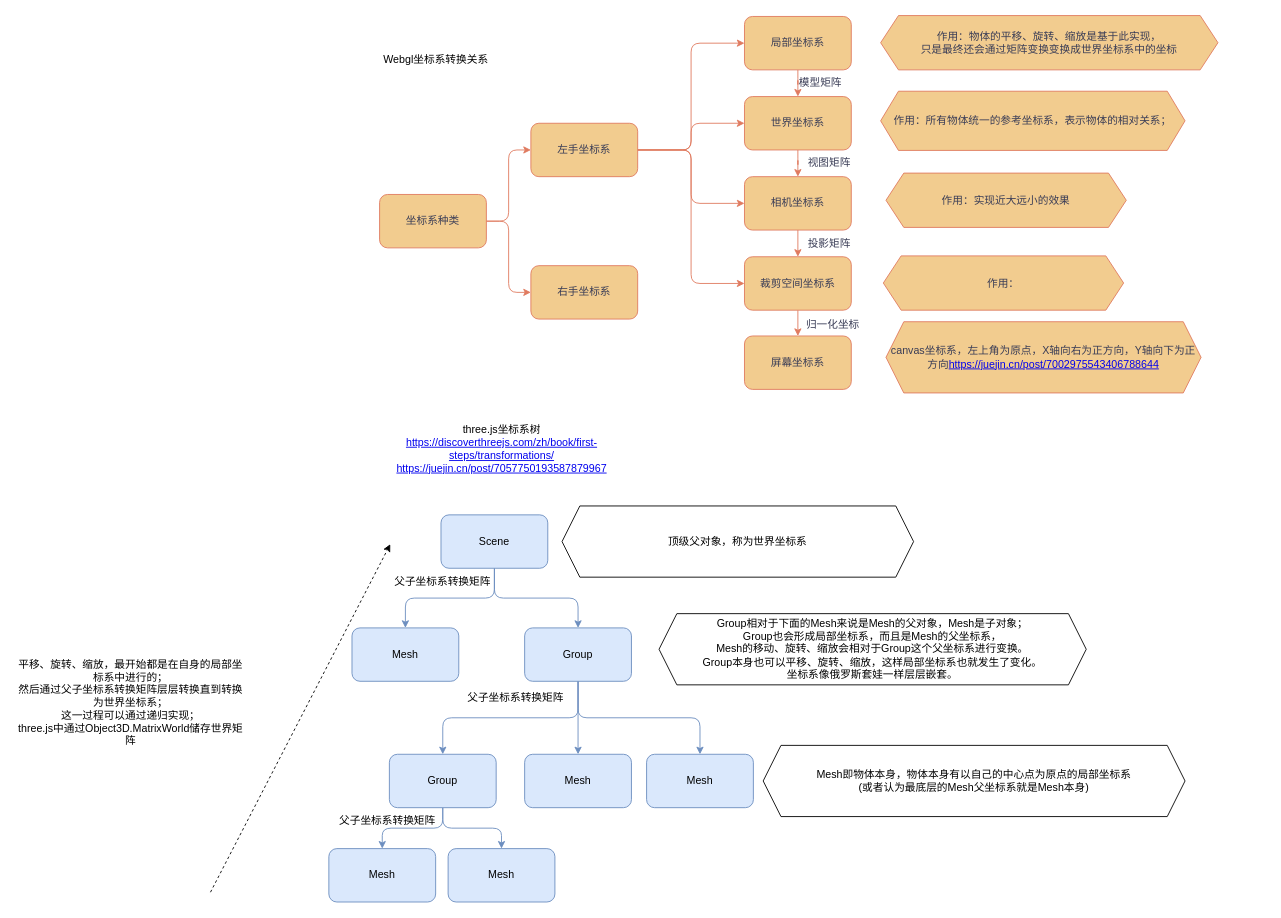
Before: webgl three.js坐标系总结.drawio in linghuchong-asen/draw.io, a draw.io diagram. Source tidied: cells renumbered, new cells numbered last; positions are measured from the earlier drawing's top-left corner, leaving out a move shared by most shapes. Both pictures are drawn from the tidied source at 89%, with x=0, y=0 at pixel (15, 15).
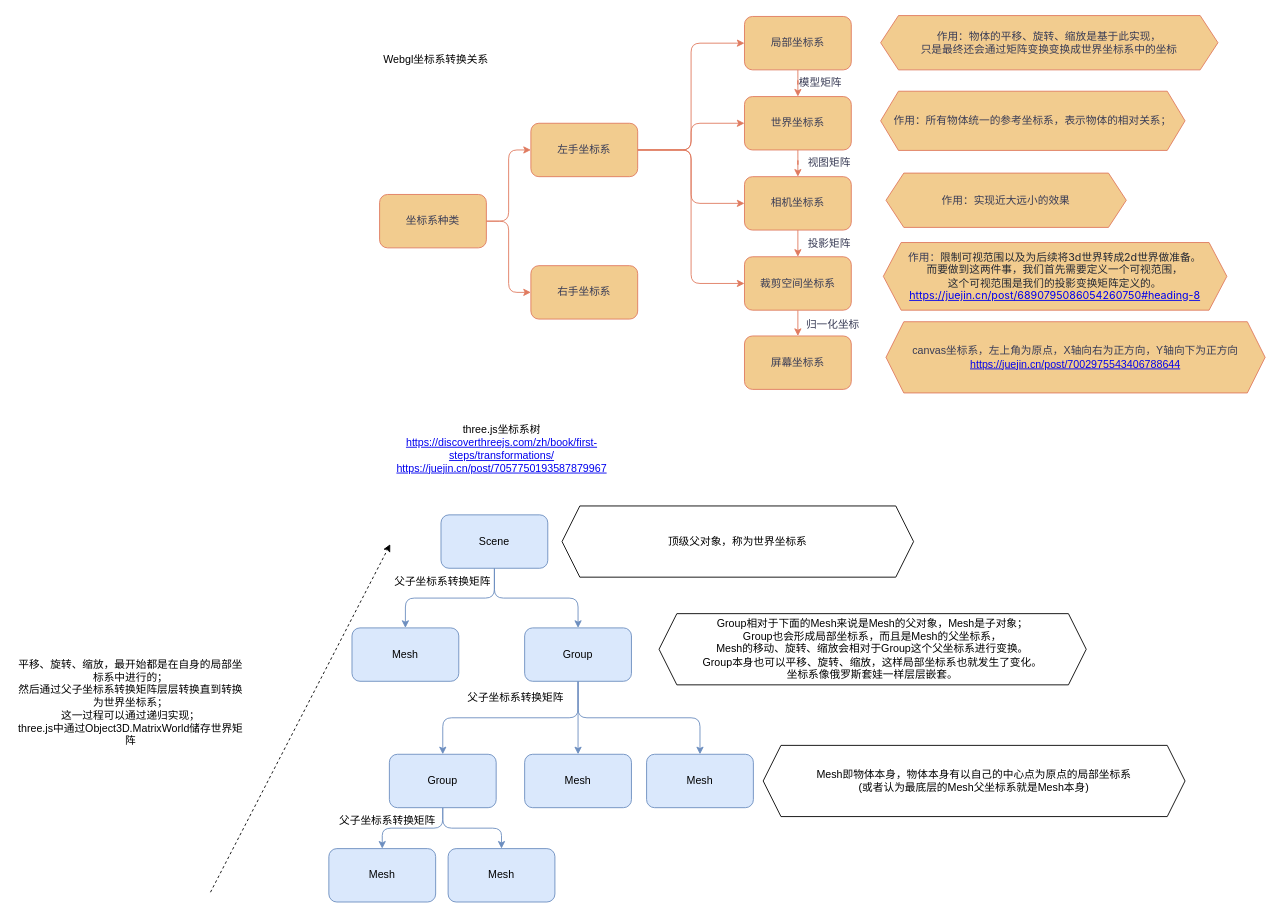
The same diagram, later.

Commit message:
更新webgl three.js坐标系总结.drawio

Diff of the diagram source:
```diff
@@
     <mxCell id="24" value="canvas坐标系，左上角为原点，X轴向右为正方向，Y轴向下为正方向&lt;a href=&quot;https://juejin.cn/post/7002975543406788644&quot; style=&quot;border-color: var(--border-color);&quot;&gt;https://juejin.cn/post/7002975543406788644&lt;/a&gt;" style="shape=hexagon;perimeter=hexagonPerimeter2;whiteSpace=wrap;html=1;fixedSize=1;labelBackgroundColor=none;rounded=0;fillColor=#F2CC8F;strokeColor=#E07A5F;fontColor=#393C56;" parent="1" vertex="1">
-      <mxGeometry x="978" y="344" width="354" height="80" as="geometry" />
+      <mxGeometry x="978" y="344" width="426" height="80" as="geometry" />
     </mxCell>
@@
-    <mxCell id="27" value="作用：" style="shape=hexagon;perimeter=hexagonPerimeter2;whiteSpace=wrap;html=1;fixedSize=1;labelBackgroundColor=none;fillColor=#F2CC8F;strokeColor=#E07A5F;fontColor=#393C56;rounded=0;" parent="1" vertex="1">
-      <mxGeometry x="975" y="270" width="270" height="61" as="geometry" />
+    <mxCell id="27" value="作用：&lt;span style=&quot;color: rgb(37, 41, 51); font-family: -apple-system, system-ui, &amp;quot;Segoe UI&amp;quot;, Roboto, Ubuntu, Cantarell, &amp;quot;Noto Sans&amp;quot;, sans-serif, BlinkMacSystemFont, &amp;quot;Helvetica Neue&amp;quot;, &amp;quot;PingFang SC&amp;quot;, &amp;quot;Hiragino Sans GB&amp;quot;, &amp;quot;Microsoft YaHei&amp;quot;, Arial; text-align: start;&quot;&gt;&lt;font style=&quot;font-size: 12px;&quot;&gt;限制可视范围以及为后续将3d世界转成2d世界做准备。&lt;br&gt;而要做到这两件事，我们首先需要定义一个可视范围，&lt;br&gt;这个可视范围是我们的投影变换矩阵定义的。&lt;br&gt;&lt;a href=&quot;https://juejin.cn/post/6890795086054260750#heading-8&quot;&gt;https://juejin.cn/post/6890795086054260750#heading-8&lt;/a&gt;&lt;br&gt;&lt;/font&gt;&lt;/span&gt;" style="shape=hexagon;perimeter=hexagonPerimeter2;whiteSpace=wrap;html=1;fixedSize=1;labelBackgroundColor=none;fillColor=#F2CC8F;strokeColor=#E07A5F;fontColor=#393C56;rounded=0;" parent="1" vertex="1">
+      <mxGeometry x="975" y="255" width="386" height="76" as="geometry" />
     </mxCell>
```
